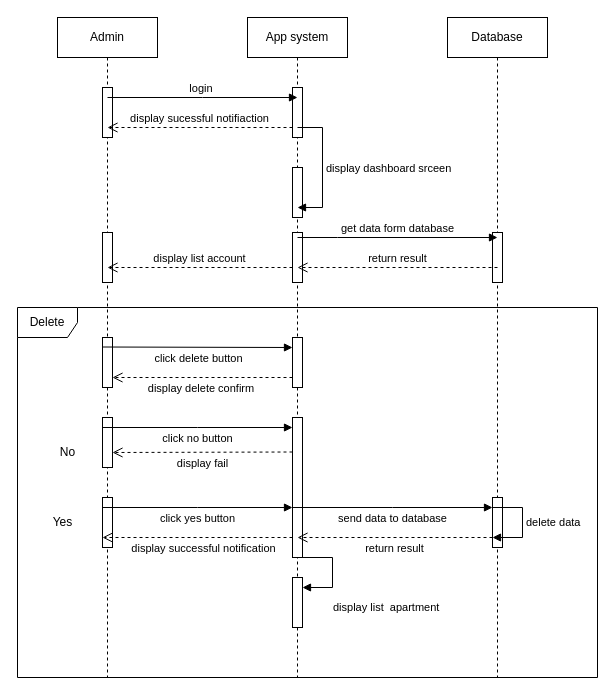
Above: page "Page-7" (6 of 10) of diagram/Sequence Diagram 3.drawio in duongminhthanh/app_system_management_visitor_for_old_aparment (draw.io), before the change. Source tidied: cells renumbered, new cells numbered last; positions are measured from the earlier drawing's top-left corner, leaving out a move shared by most shapes. Both pictures are drawn from the tidied source at 100%, with x=0, y=0 at pixel (17, 17).
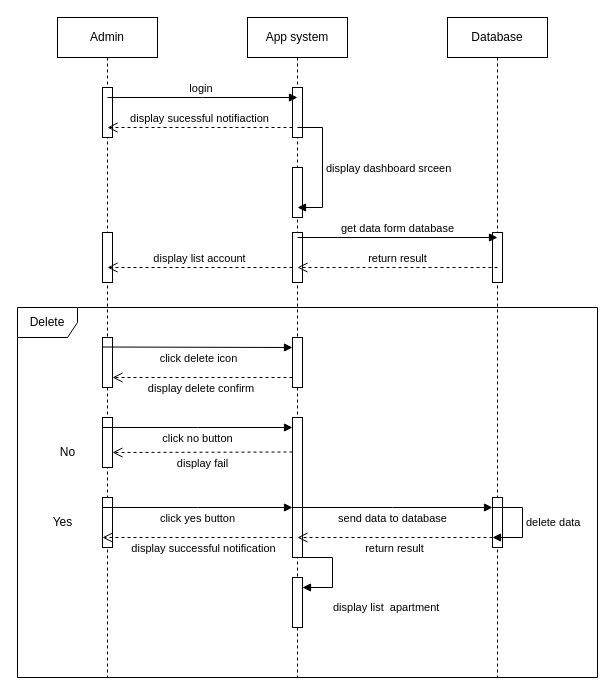
After the change.

What changed in the source:
```diff
@@
-    <mxCell id="27" value="click delete button" style="html=1;verticalAlign=bottom;endArrow=block;edgeStyle=elbowEdgeStyle;elbow=vertical;curved=0;rounded=0;" parent="1" edge="1">
+    <mxCell id="27" value="click delete icon" style="html=1;verticalAlign=bottom;endArrow=block;edgeStyle=elbowEdgeStyle;elbow=vertical;curved=0;rounded=0;" parent="1" edge="1">
       <mxGeometry y="-20" relative="1" as="geometry">
         <mxPoint x="85" y="329.5" as="sourcePoint" />
         <mxPoint x="275" y="329.5" as="targetPoint" />
       </mxGeometry>
     </mxCell>
```
